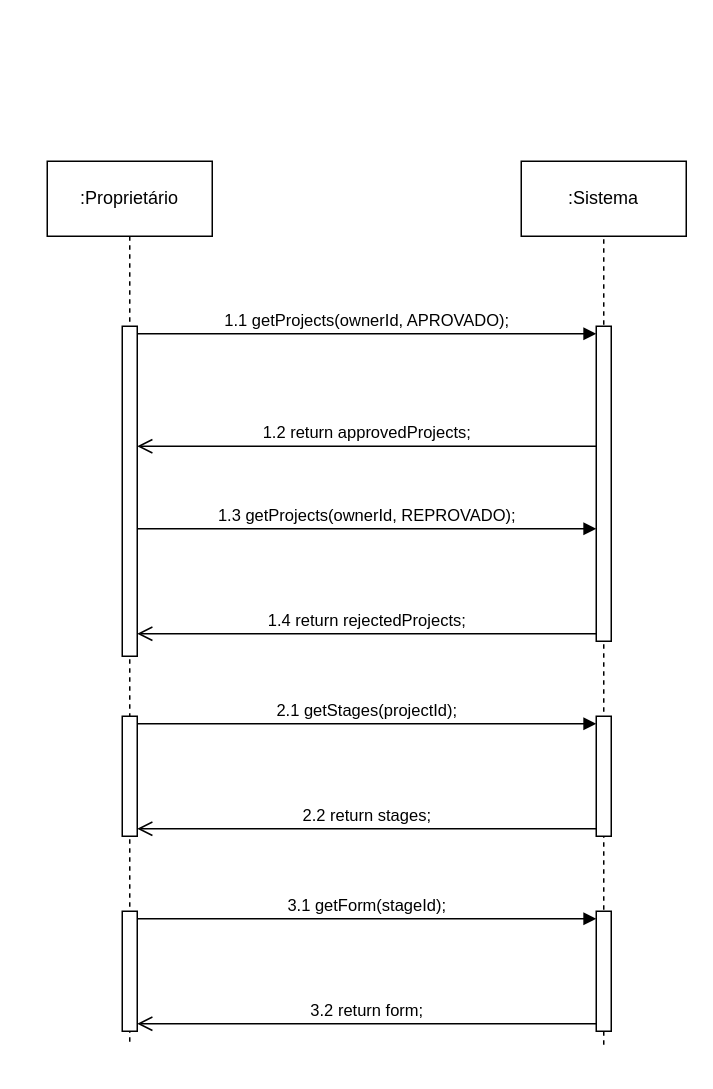
Above: Trabalho final/5 - DSS/5 - Ver feedback formulário.drawio in ViniciusKurek/CalculadoraAPS (draw.io), before the change. Source tidied: cells renumbered, new cells numbered last; positions are measured from the earlier drawing's top-left corner, leaving out a move shared by most shapes. Both pictures are drawn from the tidied source at 150%, with x=0, y=0 at pixel (46, 160).
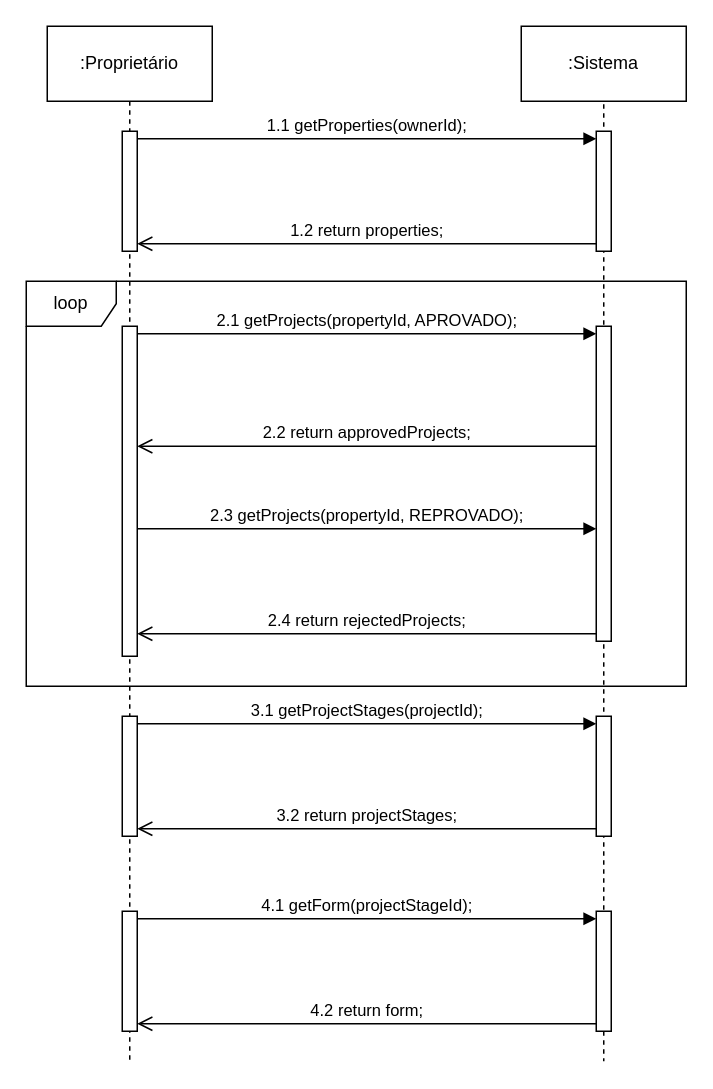
Above is the later version.

The change refers to these unchanged cells:
```xml
<mxCell id="6" style="html=1;points=[[0,0,0,0,5],[0,1,0,0,-5],[1,0,0,0,5],[1,1,0,0,-5]];perimeter=orthogonalPerimeter;outlineConnect=0;targetShapes=umlLifeline;portConstraint=eastwest;newEdgeStyle={&quot;curved&quot;:0,&quot;rounded&quot;:0};" parent="1" vertex="1">
  <mxGeometry x="366" y="110" width="10" height="210" as="geometry" />
</mxCell>
<mxCell id="9" style="html=1;points=[[0,0,0,0,5],[0,1,0,0,-5],[1,0,0,0,5],[1,1,0,0,-5]];perimeter=orthogonalPerimeter;outlineConnect=0;targetShapes=umlLifeline;portConstraint=eastwest;newEdgeStyle={&quot;curved&quot;:0,&quot;rounded&quot;:0};" parent="1" vertex="1">
  <mxGeometry x="50" y="110" width="10" height="220" as="geometry" />
</mxCell>
<mxCell id="10" style="html=1;points=[[0,0,0,0,5],[0,1,0,0,-5],[1,0,0,0,5],[1,1,0,0,-5]];perimeter=orthogonalPerimeter;outlineConnect=0;targetShapes=umlLifeline;portConstraint=eastwest;newEdgeStyle={&quot;curved&quot;:0,&quot;rounded&quot;:0};" parent="1" vertex="1">
  <mxGeometry x="366" y="370" width="10" height="80" as="geometry" />
</mxCell>
<mxCell id="13" style="html=1;points=[[0,0,0,0,5],[0,1,0,0,-5],[1,0,0,0,5],[1,1,0,0,-5]];perimeter=orthogonalPerimeter;outlineConnect=0;targetShapes=umlLifeline;portConstraint=eastwest;newEdgeStyle={&quot;curved&quot;:0,&quot;rounded&quot;:0};" parent="1" vertex="1">
  <mxGeometry x="50" y="370" width="10" height="80" as="geometry" />
</mxCell>
<mxCell id="14" style="html=1;points=[[0,0,0,0,5],[0,1,0,0,-5],[1,0,0,0,5],[1,1,0,0,-5]];perimeter=orthogonalPerimeter;outlineConnect=0;targetShapes=umlLifeline;portConstraint=eastwest;newEdgeStyle={&quot;curved&quot;:0,&quot;rounded&quot;:0};" parent="1" vertex="1">
  <mxGeometry x="366" y="500" width="10" height="80" as="geometry" />
</mxCell>
<mxCell id="17" style="html=1;points=[[0,0,0,0,5],[0,1,0,0,-5],[1,0,0,0,5],[1,1,0,0,-5]];perimeter=orthogonalPerimeter;outlineConnect=0;targetShapes=umlLifeline;portConstraint=eastwest;newEdgeStyle={&quot;curved&quot;:0,&quot;rounded&quot;:0};" parent="1" vertex="1">
  <mxGeometry x="50" y="500" width="10" height="80" as="geometry" />
</mxCell>
```

What changed in the source:
```diff
@@
     <mxCell id="2" style="edgeStyle=orthogonalEdgeStyle;rounded=0;jettySize=auto;html=1;endArrow=none;endFill=0;dashed=1;exitX=0.5;exitY=1;exitDx=0;exitDy=0;" parent="1" edge="1" source="3">
       <mxGeometry relative="1" as="geometry">
-        <mxPoint x="55" y="590" as="targetPoint" />
+        <mxPoint x="55" y="600" as="targetPoint" />
       </mxGeometry>
     </mxCell>
     <mxCell id="3" value=":Proprietário" style="html=1;whiteSpace=wrap;" parent="1" vertex="1">
-      <mxGeometry width="110" height="50" as="geometry" />
+      <mxGeometry y="-90" width="110" height="50" as="geometry" />
     </mxCell>
     <mxCell id="4" style="edgeStyle=orthogonalEdgeStyle;rounded=0;orthogonalLoop=1;jettySize=auto;html=1;dashed=1;endArrow=none;endFill=0;" parent="1" edge="1">
       <mxGeometry relative="1" as="geometry">
-        <mxPoint x="371" y="40" as="sourcePoint" />
-        <mxPoint x="371" y="590" as="targetPoint" />
+        <mxPoint x="371" y="-50" as="sourcePoint" />
+        <mxPoint x="371" y="600" as="targetPoint" />
       </mxGeometry>
     </mxCell>
     <mxCell id="5" value=":Sistema" style="html=1;whiteSpace=wrap;" parent="1" vertex="1">
-      <mxGeometry x="316" width="110" height="50" as="geometry" />
+      <mxGeometry x="316" y="-90" width="110" height="50" as="geometry" />
     </mxCell>
@@
-    <mxCell id="7" value="1.1 getProjects(ownerId, APROVADO);" style="html=1;verticalAlign=bottom;endArrow=block;curved=0;rounded=0;entryX=0;entryY=0;entryDx=0;entryDy=5;exitX=1;exitY=0;exitDx=0;exitDy=5;exitPerimeter=0;" parent="1" edge="1" source="9" target="6">
+    <mxCell id="7" value="2.1 getProjects(propertyId, APROVADO);" style="html=1;verticalAlign=bottom;endArrow=block;curved=0;rounded=0;entryX=0;entryY=0;entryDx=0;entryDy=5;exitX=1;exitY=0;exitDx=0;exitDy=5;exitPerimeter=0;" parent="1" edge="1" source="9" target="6">
       <mxGeometry relative="1" as="geometry" />
     </mxCell>
-    <mxCell id="8" value="1.2 return approvedProjects;" style="html=1;verticalAlign=bottom;endArrow=open;endSize=8;curved=0;rounded=0;exitX=0;exitY=1;exitDx=0;exitDy=-5;" parent="1" edge="1">
+    <mxCell id="8" value="2.2 return approvedProjects;" style="html=1;verticalAlign=bottom;endArrow=open;endSize=8;curved=0;rounded=0;exitX=0;exitY=1;exitDx=0;exitDy=-5;" parent="1" edge="1">
       <mxGeometry relative="1" as="geometry">
         <mxPoint x="366" y="190" as="sourcePoint" />
         <mxPoint x="60" y="190" as="targetPoint" />
       </mxGeometry>
     </mxCell>
@@
-    <mxCell id="11" value="2.1 getStages(projectId);" style="html=1;verticalAlign=bottom;endArrow=block;curved=0;rounded=0;entryX=0;entryY=0;entryDx=0;entryDy=5;exitX=1;exitY=0;exitDx=0;exitDy=5;exitPerimeter=0;" parent="1" edge="1" source="13" target="10">
+    <mxCell id="11" value="3.1 getProjectStages(projectId);" style="html=1;verticalAlign=bottom;endArrow=block;curved=0;rounded=0;entryX=0;entryY=0;entryDx=0;entryDy=5;exitX=1;exitY=0;exitDx=0;exitDy=5;exitPerimeter=0;" parent="1" edge="1" source="13" target="10">
       <mxGeometry relative="1" as="geometry" />
     </mxCell>
-    <mxCell id="12" value="2.2 return stages;" style="html=1;verticalAlign=bottom;endArrow=open;endSize=8;curved=0;rounded=0;exitX=0;exitY=1;exitDx=0;exitDy=-5;entryX=1;entryY=1;entryDx=0;entryDy=-5;entryPerimeter=0;" parent="1" edge="1" source="10" target="13">
+    <mxCell id="12" value="3.2 return projectStages;" style="html=1;verticalAlign=bottom;endArrow=open;endSize=8;curved=0;rounded=0;exitX=0;exitY=1;exitDx=0;exitDy=-5;entryX=1;entryY=1;entryDx=0;entryDy=-5;entryPerimeter=0;" parent="1" edge="1" source="10" target="13">
       <mxGeometry relative="1" as="geometry" />
     </mxCell>
@@
-    <mxCell id="15" value="3.1 getForm(stageId);" style="html=1;verticalAlign=bottom;endArrow=block;curved=0;rounded=0;entryX=0;entryY=0;entryDx=0;entryDy=5;exitX=1;exitY=0;exitDx=0;exitDy=5;exitPerimeter=0;" parent="1" edge="1" source="17" target="14">
+    <mxCell id="15" value="4.1 getForm(projectStageId);" style="html=1;verticalAlign=bottom;endArrow=block;curved=0;rounded=0;entryX=0;entryY=0;entryDx=0;entryDy=5;exitX=1;exitY=0;exitDx=0;exitDy=5;exitPerimeter=0;" parent="1" edge="1" source="17" target="14">
       <mxGeometry relative="1" as="geometry" />
     </mxCell>
-    <mxCell id="16" value="3.2 return form;" style="html=1;verticalAlign=bottom;endArrow=open;endSize=8;curved=0;rounded=0;exitX=0;exitY=1;exitDx=0;exitDy=-5;entryX=1;entryY=1;entryDx=0;entryDy=-5;entryPerimeter=0;" parent="1" edge="1" source="14" target="17">
+    <mxCell id="16" value="4.2 return form;" style="html=1;verticalAlign=bottom;endArrow=open;endSize=8;curved=0;rounded=0;exitX=0;exitY=1;exitDx=0;exitDy=-5;entryX=1;entryY=1;entryDx=0;entryDy=-5;entryPerimeter=0;" parent="1" edge="1" source="14" target="17">
       <mxGeometry relative="1" as="geometry" />
     </mxCell>
@@
-    <mxCell id="18" value="1.3 getProjects(ownerId, REPROVADO);" style="html=1;verticalAlign=bottom;endArrow=block;curved=0;rounded=0;entryX=0;entryY=0;entryDx=0;entryDy=5;exitX=1;exitY=0;exitDx=0;exitDy=5;exitPerimeter=0;" parent="1" edge="1">
+    <mxCell id="18" value="2.3 getProjects(propertyId, REPROVADO);" style="html=1;verticalAlign=bottom;endArrow=block;curved=0;rounded=0;entryX=0;entryY=0;entryDx=0;entryDy=5;exitX=1;exitY=0;exitDx=0;exitDy=5;exitPerimeter=0;" parent="1" edge="1">
       <mxGeometry relative="1" as="geometry">
         <mxPoint x="60" y="245" as="sourcePoint" />
         <mxPoint x="366" y="245" as="targetPoint" />
       </mxGeometry>
     </mxCell>
-    <mxCell id="19" value="1.4 return rejectedProjects;" style="html=1;verticalAlign=bottom;endArrow=open;endSize=8;curved=0;rounded=0;exitX=0;exitY=1;exitDx=0;exitDy=-5;entryX=1;entryY=1;entryDx=0;entryDy=-5;entryPerimeter=0;" parent="1" edge="1">
+    <mxCell id="19" value="2.4 return rejectedProjects;" style="html=1;verticalAlign=bottom;endArrow=open;endSize=8;curved=0;rounded=0;exitX=0;exitY=1;exitDx=0;exitDy=-5;entryX=1;entryY=1;entryDx=0;entryDy=-5;entryPerimeter=0;" parent="1" edge="1">
       <mxGeometry relative="1" as="geometry">
         <mxPoint x="366" y="315" as="sourcePoint" />
         <mxPoint x="60" y="315" as="targetPoint" />
       </mxGeometry>
     </mxCell>
+    <mxCell id="20" style="html=1;points=[[0,0,0,0,5],[0,1,0,0,-5],[1,0,0,0,5],[1,1,0,0,-5]];perimeter=orthogonalPerimeter;outlineConnect=0;targetShapes=umlLifeline;portConstraint=eastwest;newEdgeStyle={&quot;curved&quot;:0,&quot;rounded&quot;:0};" parent="1" vertex="1">
+      <mxGeometry x="366" y="-20" width="10" height="80" as="geometry" />
+    </mxCell>
+    <mxCell id="21" value="1.1 getProperties(ownerId);" style="html=1;verticalAlign=bottom;endArrow=block;curved=0;rounded=0;entryX=0;entryY=0;entryDx=0;entryDy=5;exitX=1;exitY=0;exitDx=0;exitDy=5;exitPerimeter=0;" parent="1" edge="1" source="23" target="20">
+      <mxGeometry relative="1" as="geometry" />
+    </mxCell>
+    <mxCell id="22" value="1.2 return properties;" style="html=1;verticalAlign=bottom;endArrow=open;endSize=8;curved=0;rounded=0;exitX=0;exitY=1;exitDx=0;exitDy=-5;entryX=1;entryY=1;entryDx=0;entryDy=-5;entryPerimeter=0;" parent="1" edge="1" source="20" target="23">
+      <mxGeometry relative="1" as="geometry" />
+    </mxCell>
+    <mxCell id="23" style="html=1;points=[[0,0,0,0,5],[0,1,0,0,-5],[1,0,0,0,5],[1,1,0,0,-5]];perimeter=orthogonalPerimeter;outlineConnect=0;targetShapes=umlLifeline;portConstraint=eastwest;newEdgeStyle={&quot;curved&quot;:0,&quot;rounded&quot;:0};" parent="1" vertex="1">
+      <mxGeometry x="50" y="-20" width="10" height="80" as="geometry" />
+    </mxCell>
+    <mxCell id="24" value="loop" style="shape=umlFrame;whiteSpace=wrap;html=1;" parent="1" vertex="1">
+      <mxGeometry x="-14" y="80" width="440" height="270" as="geometry" />
+    </mxCell>
```
